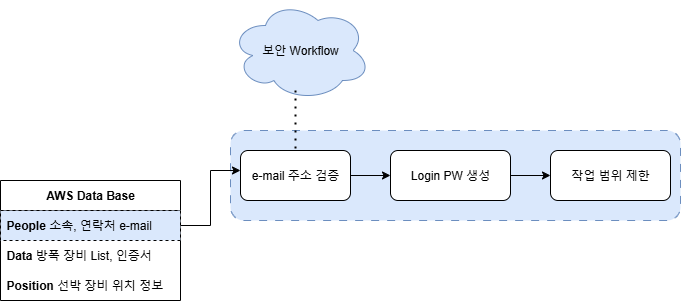
HD-Jinyeong/my_flask_app keeps this draw.io diagram as workflow/1013.drawio.png. Above is the earlier version. Source tidied: cells renumbered, new cells last; positions are measured from the earlier drawing's top-left corner, leaving out a move shared by most shapes.
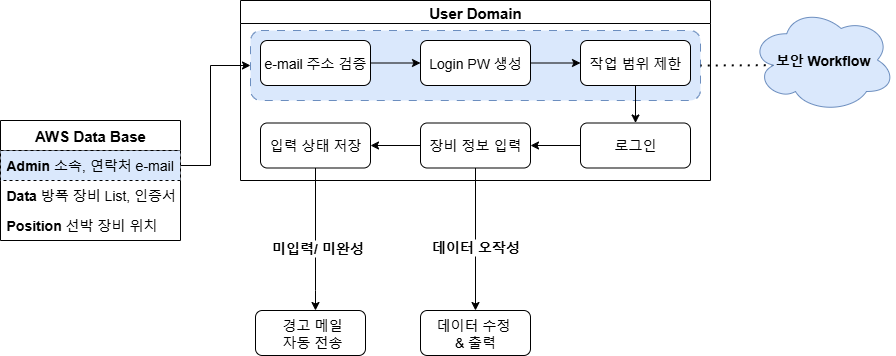
Above is the later version.

The edit, as a diff of the source:
```diff
@@ -2,51 +2,95 @@
   <root>
     <mxCell id="0" />
     <mxCell id="1" parent="0" />
-    <mxCell id="2" style="rounded=1;whiteSpace=wrap;html=1;fillColor=#dae8fc;strokeColor=#6c8ebf;dashed=1;dashPattern=8 8;" parent="1" vertex="1">
-      <mxGeometry x="230" y="130" width="450" height="90" as="geometry" />
-    </mxCell>
-    <mxCell id="3" style="edgeStyle=orthogonalEdgeStyle;rounded=0;jettySize=auto;html=1;" parent="1" edge="1" source="4" target="6">
-      <mxGeometry relative="1" as="geometry" />
-    </mxCell>
-    <mxCell id="4" value="e-mail 주소 검증" style="rounded=1;whiteSpace=wrap;html=1;" parent="1" vertex="1">
-      <mxGeometry x="240" y="150" width="110" height="50" as="geometry" />
-    </mxCell>
-    <mxCell id="5" style="edgeStyle=orthogonalEdgeStyle;rounded=0;jettySize=auto;html=1;" parent="1" edge="1" source="6" target="7">
-      <mxGeometry relative="1" as="geometry" />
-    </mxCell>
-    <mxCell id="6" value="Login PW 생성" style="whiteSpace=wrap;html=1;rounded=1;" parent="1" vertex="1">
-      <mxGeometry x="390" y="150" width="120" height="50" as="geometry" />
-    </mxCell>
-    <mxCell id="7" value="작업 범위 제한" style="whiteSpace=wrap;html=1;rounded=1;" parent="1" vertex="1">
-      <mxGeometry x="550" y="150" width="120" height="50" as="geometry" />
-    </mxCell>
-    <mxCell id="8" value="보안 Workflow" style="ellipse;shape=cloud;whiteSpace=wrap;html=1;fillColor=#dae8fc;strokeColor=#6c8ebf;" parent="1" vertex="1">
-      <mxGeometry x="230" width="140" height="100" as="geometry" />
-    </mxCell>
-    <mxCell id="9" style="endArrow=none;dashed=1;html=1;dashPattern=1 3;strokeWidth=2;rounded=0;entryX=0.5;entryY=0;entryDx=0;entryDy=0;" parent="1" edge="1" target="4">
-      <mxGeometry relative="1" as="geometry">
-        <mxPoint x="295" y="90" as="sourcePoint" />
-      </mxGeometry>
-    </mxCell>
-    <mxCell id="10" style="edgeStyle=orthogonalEdgeStyle;rounded=0;jettySize=auto;html=1;exitX=1;exitY=0.5;exitDx=0;exitDy=0;" parent="1" edge="1" source="12" target="4">
+    <mxCell id="10" style="edgeStyle=orthogonalEdgeStyle;rounded=0;jettySize=auto;html=1;exitX=1;exitY=0.5;exitDx=0;exitDy=0;entryX=0;entryY=0.5;entryDx=0;entryDy=0;" parent="1" edge="1" source="12" target="2">
       <mxGeometry relative="1" as="geometry">
         <Array as="points">
-          <mxPoint x="210" y="225" />
-          <mxPoint x="210" y="170" />
+          <mxPoint x="160" y="225" />
+          <mxPoint x="160" y="125" />
         </Array>
       </mxGeometry>
     </mxCell>
-    <mxCell id="11" value="&lt;b&gt;AWS Data Base&lt;/b&gt;" style="swimlane;fontStyle=0;horizontal=1;startSize=30;whiteSpace=wrap;html=1;" parent="1" vertex="1">
-      <mxGeometry y="180" width="180" height="120" as="geometry" />
+    <mxCell id="11" value="&lt;b&gt;&lt;font style=&quot;font-size: 15px;&quot;&gt;AWS Data Base&lt;/font&gt;&lt;/b&gt;" style="swimlane;fontStyle=0;horizontal=1;startSize=30;whiteSpace=wrap;html=1;" parent="1" vertex="1">
+      <mxGeometry x="-50" y="180" width="180" height="120" as="geometry" />
     </mxCell>
-    <mxCell id="12" value="&lt;b&gt;People&lt;/b&gt; 소속, 연락처 e-mail" style="text;strokeColor=default;fillColor=#dae8fc;align=left;verticalAlign=middle;spacingLeft=4;spacingRight=4;overflow=hidden;points=[[0,0.5],[1,0.5]];portConstraint=eastwest;whiteSpace=wrap;html=1;perimeterSpacing=0;dashed=1;" parent="11" vertex="1">
+    <mxCell id="12" value="&lt;font style=&quot;font-size: 14px;&quot;&gt;&lt;b style=&quot;&quot;&gt;Admin&lt;/b&gt; 소속, 연락처 e-mail&lt;/font&gt;" style="text;strokeColor=default;fillColor=#dae8fc;align=left;verticalAlign=middle;spacingLeft=4;spacingRight=4;overflow=hidden;points=[[0,0.5],[1,0.5]];portConstraint=eastwest;whiteSpace=wrap;html=1;perimeterSpacing=0;dashed=1;" parent="11" vertex="1">
       <mxGeometry y="30" width="180" height="30" as="geometry" />
     </mxCell>
-    <mxCell id="13" value="&lt;b&gt;Data&lt;/b&gt; 방폭 장비 List, 인증서" style="text;align=left;verticalAlign=middle;spacingLeft=4;spacingRight=4;overflow=hidden;whiteSpace=wrap;html=1;" parent="11" vertex="1">
+    <mxCell id="13" value="&lt;font style=&quot;font-size: 14px;&quot;&gt;&lt;b style=&quot;&quot;&gt;Data&lt;/b&gt; 방폭 장비 List, 인증서&lt;/font&gt;" style="text;align=left;verticalAlign=middle;spacingLeft=4;spacingRight=4;overflow=hidden;whiteSpace=wrap;html=1;" parent="11" vertex="1">
       <mxGeometry y="60" width="180" height="30" as="geometry" />
     </mxCell>
-    <mxCell id="14" value="&lt;b&gt;Position&lt;/b&gt; 선박 장비 위치 정보" style="text;strokeColor=none;fillColor=none;align=left;verticalAlign=middle;spacingLeft=4;spacingRight=4;overflow=hidden;whiteSpace=wrap;html=1;" parent="11" vertex="1">
+    <mxCell id="14" value="&lt;font style=&quot;font-size: 14px;&quot;&gt;&lt;b style=&quot;&quot;&gt;Position&lt;/b&gt; 선박 장비 위치&amp;nbsp;&lt;/font&gt;" style="text;strokeColor=none;fillColor=none;align=left;verticalAlign=middle;spacingLeft=4;spacingRight=4;overflow=hidden;whiteSpace=wrap;html=1;" parent="11" vertex="1">
       <mxGeometry y="90" width="180" height="30" as="geometry" />
     </mxCell>
+    <mxCell id="15" value="&lt;font style=&quot;font-size: 14px;&quot;&gt;&amp;nbsp;경고 메일&lt;/font&gt;&lt;div&gt;&lt;font style=&quot;font-size: 14px;&quot;&gt;&amp;nbsp;자동 전송&lt;/font&gt;&lt;/div&gt;" style="whiteSpace=wrap;html=1;rounded=1;" parent="1" vertex="1">
+      <mxGeometry x="205" y="370" width="110" height="45" as="geometry" />
+    </mxCell>
+    <mxCell id="16" style="edgeStyle=orthogonalEdgeStyle;rounded=0;jettySize=auto;html=1;" parent="1" edge="1" source="24" target="15">
+      <mxGeometry relative="1" as="geometry">
+        <Array as="points">
+          <mxPoint x="265" y="350" />
+          <mxPoint x="265" y="350" />
+        </Array>
+      </mxGeometry>
+    </mxCell>
+    <mxCell id="17" value="&lt;b&gt;&lt;font style=&quot;font-size: 14px;&quot;&gt;미입력/ 미완성&lt;/font&gt;&lt;/b&gt;" style="edgeLabel;html=1;align=center;verticalAlign=middle;" parent="16" vertex="1">
+      <mxGeometry x="0.12" y="1" relative="1" as="geometry" />
+    </mxCell>
+    <mxCell id="2" style="rounded=1;whiteSpace=wrap;html=1;fillColor=#dae8fc;strokeColor=#6c8ebf;dashed=1;dashPattern=8 8;" parent="1" vertex="1">
+      <mxGeometry x="200" y="90" width="450" height="70" as="geometry" />
+    </mxCell>
+    <mxCell id="18" style="endArrow=none;dashed=1;html=1;dashPattern=1 3;strokeWidth=2;rounded=0;entryX=1;entryY=0.5;entryDx=0;entryDy=0;exitX=0.16;exitY=0.55;exitDx=0;exitDy=0;exitPerimeter=0;" parent="1" edge="1" source="8" target="2">
+      <mxGeometry relative="1" as="geometry" />
+    </mxCell>
+    <mxCell id="3" style="edgeStyle=orthogonalEdgeStyle;rounded=0;jettySize=auto;html=1;" parent="1" edge="1" source="4" target="6">
+      <mxGeometry relative="1" as="geometry" />
+    </mxCell>
+    <mxCell id="4" value="&lt;font style=&quot;font-size: 14px;&quot;&gt;e-mail 주소 검증&lt;/font&gt;" style="rounded=1;whiteSpace=wrap;html=1;" parent="1" vertex="1">
+      <mxGeometry x="210" y="100" width="110" height="45" as="geometry" />
+    </mxCell>
+    <mxCell id="8" value="&lt;font style=&quot;font-size: 14px;&quot;&gt;&lt;b&gt;보안 Workflow&lt;/b&gt;&lt;/font&gt;" style="ellipse;shape=cloud;whiteSpace=wrap;html=1;fillColor=#dae8fc;strokeColor=#6c8ebf;" parent="1" vertex="1">
+      <mxGeometry x="700" y="67" width="145" height="105" as="geometry" />
+    </mxCell>
+    <mxCell id="19" value="&lt;font style=&quot;font-size: 15px;&quot;&gt;User Domain&lt;/font&gt;" style="swimlane;whiteSpace=wrap;html=1;" parent="1" vertex="1">
+      <mxGeometry x="190" y="60" width="470" height="180" as="geometry" />
+    </mxCell>
+    <mxCell id="20" style="edgeStyle=orthogonalEdgeStyle;rounded=0;jettySize=auto;html=1;" parent="19" edge="1" source="21" target="23">
+      <mxGeometry relative="1" as="geometry" />
+    </mxCell>
+    <mxCell id="21" value="&lt;font style=&quot;font-size: 14px;&quot;&gt;로그인&lt;/font&gt;" style="whiteSpace=wrap;html=1;rounded=1;" parent="19" vertex="1">
+      <mxGeometry x="340" y="122.5" width="110" height="45" as="geometry" />
+    </mxCell>
+    <mxCell id="22" style="edgeStyle=orthogonalEdgeStyle;rounded=0;jettySize=auto;html=1;" parent="19" edge="1" source="23" target="24">
+      <mxGeometry relative="1" as="geometry" />
+    </mxCell>
+    <mxCell id="23" value="&lt;font style=&quot;font-size: 14px;&quot;&gt;장비 정보 입력&lt;/font&gt;" style="whiteSpace=wrap;html=1;rounded=1;" parent="19" vertex="1">
+      <mxGeometry x="180" y="122.5" width="110" height="45" as="geometry" />
+    </mxCell>
+    <mxCell id="24" value="&lt;font style=&quot;font-size: 14px;&quot;&gt;입력 상태 저장&lt;/font&gt;" style="whiteSpace=wrap;html=1;rounded=1;" parent="19" vertex="1">
+      <mxGeometry x="20" y="122.5" width="110" height="45" as="geometry" />
+    </mxCell>
+    <mxCell id="6" value="&lt;font style=&quot;font-size: 14px;&quot;&gt;Login PW 생성&lt;/font&gt;" style="whiteSpace=wrap;html=1;rounded=1;" parent="19" vertex="1">
+      <mxGeometry x="180" y="40" width="110" height="45" as="geometry" />
+    </mxCell>
+    <mxCell id="7" value="&lt;font style=&quot;font-size: 14px;&quot;&gt;작업 범위 제한&lt;/font&gt;" style="whiteSpace=wrap;html=1;rounded=1;" parent="19" vertex="1">
+      <mxGeometry x="340" y="40" width="110" height="45" as="geometry" />
+    </mxCell>
+    <mxCell id="5" style="edgeStyle=orthogonalEdgeStyle;rounded=0;jettySize=auto;html=1;" parent="19" edge="1" source="6" target="7">
+      <mxGeometry relative="1" as="geometry" />
+    </mxCell>
+    <mxCell id="25" style="edgeStyle=orthogonalEdgeStyle;rounded=0;jettySize=auto;html=1;" parent="19" edge="1" source="7" target="21">
+      <mxGeometry relative="1" as="geometry" />
+    </mxCell>
+    <mxCell id="26" value="&lt;font style=&quot;font-size: 14px;&quot;&gt;데이터 수정&amp;nbsp;&lt;/font&gt;&lt;div&gt;&lt;font style=&quot;font-size: 14px;&quot;&gt;&amp;amp; 출력&lt;/font&gt;&lt;/div&gt;" style="whiteSpace=wrap;html=1;rounded=1;" parent="1" vertex="1">
+      <mxGeometry x="370" y="370" width="110" height="45" as="geometry" />
+    </mxCell>
+    <mxCell id="27" style="edgeStyle=orthogonalEdgeStyle;rounded=0;jettySize=auto;html=1;" parent="1" edge="1" source="23" target="26">
+      <mxGeometry relative="1" as="geometry" />
+    </mxCell>
+    <mxCell id="28" value="&lt;b&gt;&lt;font style=&quot;font-size: 14px;&quot;&gt;데이터 오작성&lt;/font&gt;&lt;/b&gt;" style="edgeLabel;html=1;align=center;verticalAlign=middle;" parent="27" vertex="1">
+      <mxGeometry x="-0.01" y="-2" relative="1" as="geometry">
+        <mxPoint x="1" y="8" as="offset" />
+      </mxGeometry>
+    </mxCell>
   </root>
 </mxGraphModel>
```
